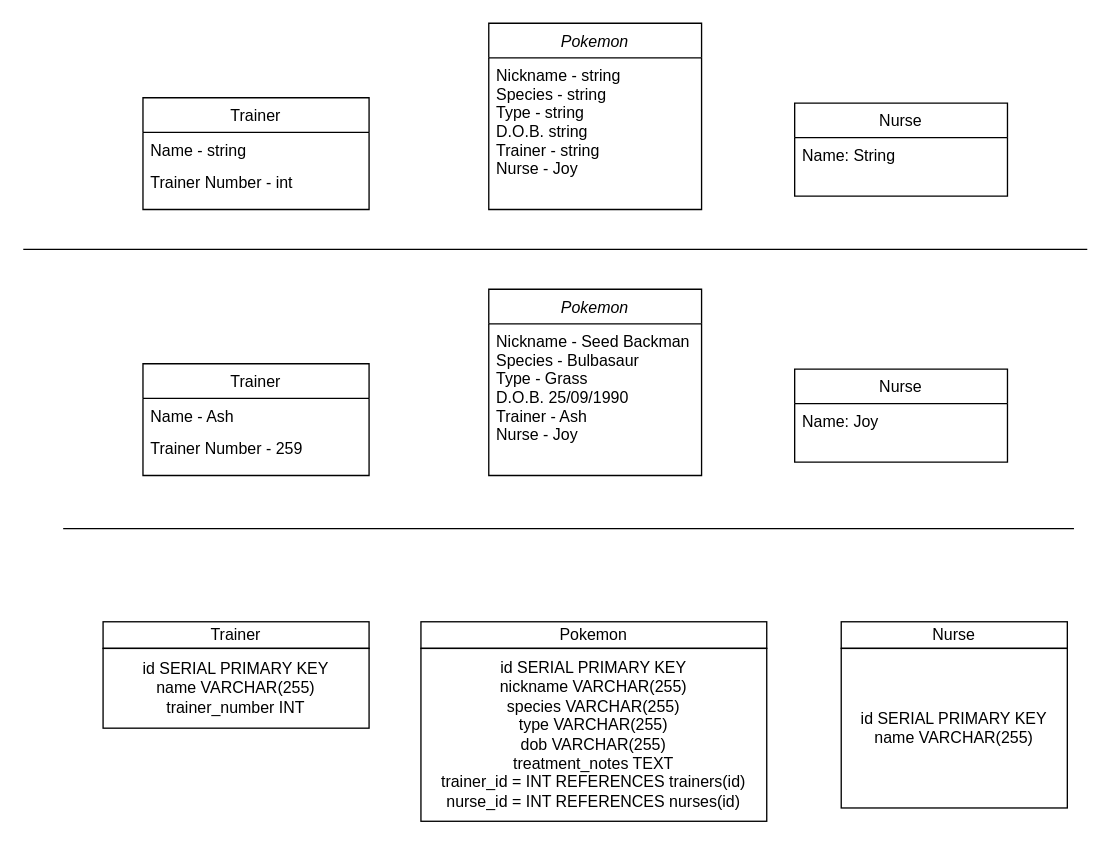
Above: planning/PokeCenter Class diagram.drawio in Simon2591990/PokeCenter (draw.io), before the change. Source tidied: cells renumbered, new cells numbered last; positions are measured from the earlier drawing's top-left corner, leaving out a move shared by most shapes. Both pictures are drawn from the tidied source at 133%, with x=0, y=0 at pixel (23, 23).
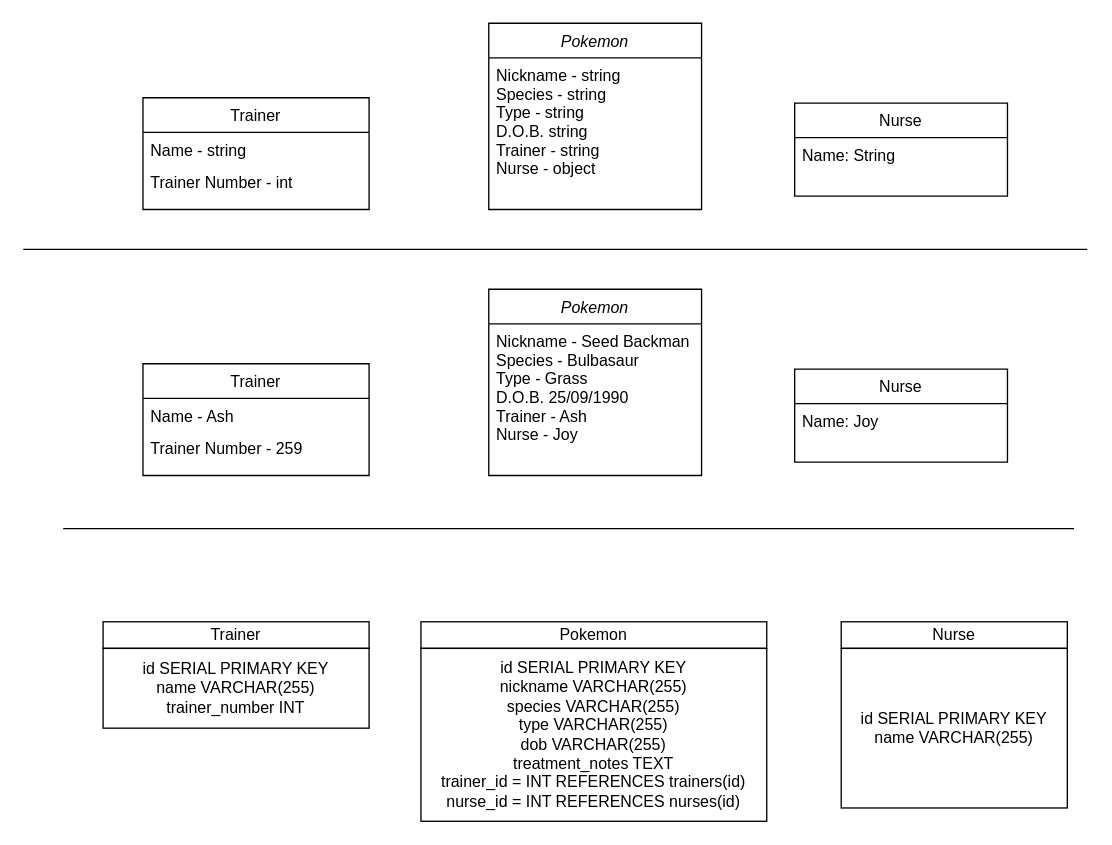
After the change.

Unchanged cells that the change refers to:
```xml
<mxCell id="2" value="Pokemon" style="swimlane;fontStyle=2;align=center;verticalAlign=top;horizontal=1;startSize=26;rounded=0;shadow=0;strokeWidth=1;" parent="1" vertex="1">
  <mxGeometry x="350" width="160" height="140" as="geometry" />
</mxCell>
```

Change to the diagram source:
```diff
@@
-    <mxCell id="3" value="Nickname - string&#10;Species - string&#10;Type - string&#10;D.O.B. string&#10;Trainer - string&#10;Nurse - Joy&#10;&#10;" style="text;align=left;verticalAlign=top;spacingLeft=4;spacingRight=4;overflow=hidden;rounded=0;shadow=0;fontStyle=0;" parent="2" vertex="1">
+    <mxCell id="3" value="Nickname - string&#10;Species - string&#10;Type - string&#10;D.O.B. string&#10;Trainer - string&#10;Nurse - object&#10;&#10;" style="text;align=left;verticalAlign=top;spacingLeft=4;spacingRight=4;overflow=hidden;rounded=0;shadow=0;fontStyle=0;" parent="2" vertex="1">
       <mxGeometry y="26" width="160" height="114" as="geometry" />
     </mxCell>
```
